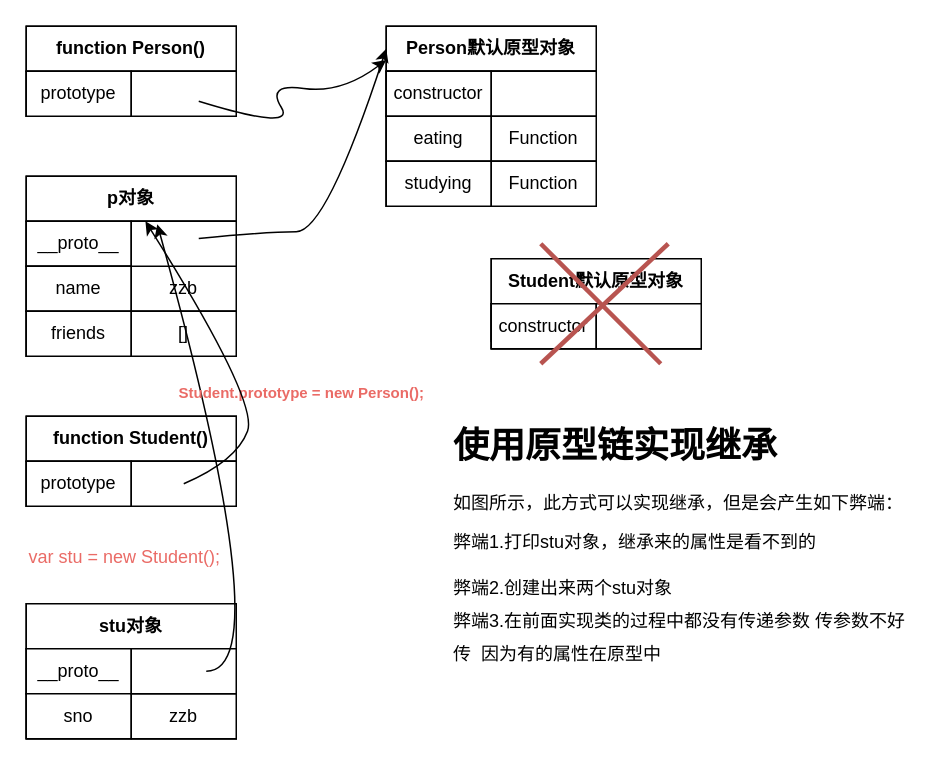
Before: 13_JS原型链和继承/07_继承-原型链的继承方案.drawio in zhangzhibang0309/JavaScriptDeep, a draw.io diagram. Source tidied: cells renumbered, new cells numbered last; positions are measured from the earlier drawing's top-left corner, leaving out a move shared by most shapes. Both pictures are drawn from the tidied source at 150%, with x=0, y=0 at pixel (26, 26).
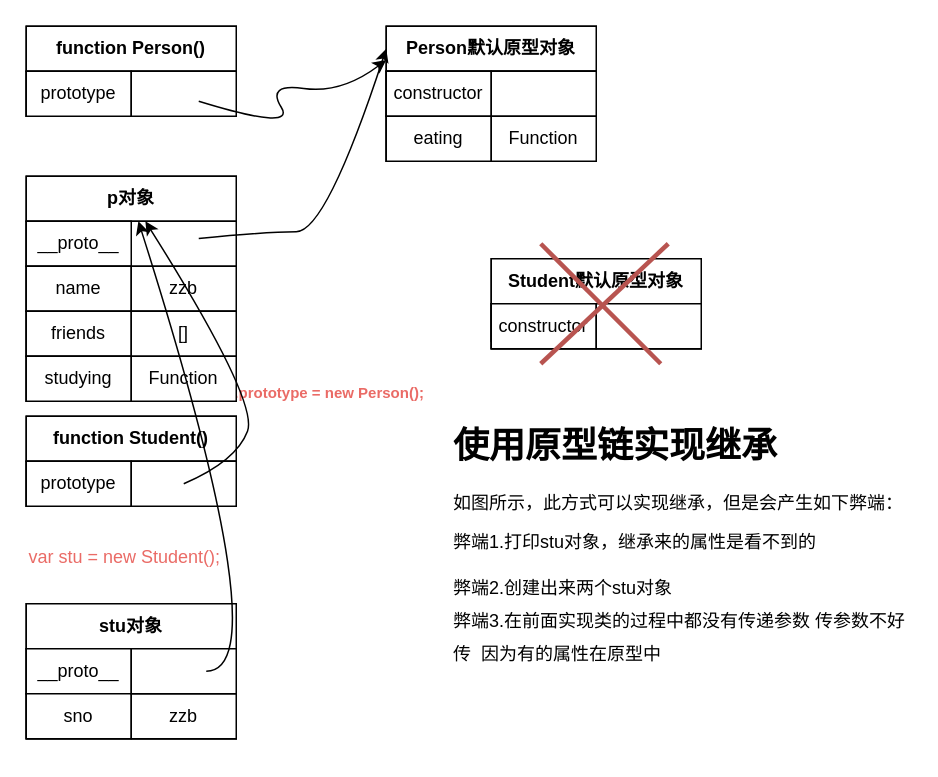
The same diagram, later.

Unchanged cells that the change refers to:
```xml
<mxCell id="8" value="&lt;b&gt;p对象&lt;/b&gt;" style="rounded=0;whiteSpace=wrap;html=1;align=center;" parent="1" vertex="1">
  <mxGeometry y="100" width="140" height="30" as="geometry" />
</mxCell>
```

Diff of the diagram source:
```diff
@@
     <mxCell id="9" style="rounded=0;whiteSpace=wrap;html=1;align=center;" parent="1" vertex="1">
-      <mxGeometry y="130" width="140" height="90" as="geometry" />
+      <mxGeometry y="130" width="140" height="120" as="geometry" />
     </mxCell>
@@
-    <mxCell id="16" value="[]" style="rounded=0;whiteSpace=wrap;html=1;" parent="1" vertex="1">
-      <mxGeometry x="70" y="190" width="70" height="30" as="geometry" />
-    </mxCell>
-    <mxCell id="17" style="rounded=0;whiteSpace=wrap;html=1;" parent="1" vertex="1">
-      <mxGeometry x="70" y="130" width="70" height="30" as="geometry" />
-    </mxCell>
@@
     <mxCell id="34" style="rounded=0;whiteSpace=wrap;html=1;align=center;" parent="1" vertex="1">
-      <mxGeometry x="240" y="30" width="140" height="90" as="geometry" />
+      <mxGeometry x="240" y="30" width="140" height="60" as="geometry" />
     </mxCell>
@@
-    <mxCell id="49" style="curved=1;endArrow=classic;html=1;entryX=0.624;entryY=1.067;entryDx=0;entryDy=0;entryPerimeter=0;" parent="1" edge="1" target="8">
-      <mxGeometry relative="1" as="geometry">
-        <mxPoint x="120" y="430" as="sourcePoint" />
-        <Array as="points">
-          <mxPoint x="170" y="430" />
-        </Array>
-      </mxGeometry>
-    </mxCell>
@@
-    <mxCell id="51" style="rounded=0;whiteSpace=wrap;html=1;align=center;" parent="1" vertex="1">
-      <mxGeometry x="240" y="90" width="140" height="30" as="geometry" />
-    </mxCell>
-    <mxCell id="52" style="curved=1;endArrow=classic;html=1;" parent="1" edge="1" target="8">
-      <mxGeometry relative="1" as="geometry">
-        <mxPoint x="105" y="305" as="sourcePoint" />
-        <Array as="points">
-          <mxPoint x="140" y="290" />
-          <mxPoint x="155" y="250" />
-        </Array>
-      </mxGeometry>
-    </mxCell>
-    <mxCell id="53" value="studying" style="rounded=0;whiteSpace=wrap;html=1;" parent="1" vertex="1">
-      <mxGeometry x="240" y="90" width="70" height="30" as="geometry" />
-    </mxCell>
-    <mxCell id="54" value="Function" style="rounded=0;whiteSpace=wrap;html=1;" parent="1" vertex="1">
-      <mxGeometry x="310" y="90" width="70" height="30" as="geometry" />
-    </mxCell>
@@
+    <mxCell id="59" style="rounded=0;whiteSpace=wrap;html=1;align=center;" parent="1" vertex="1">
+      <mxGeometry y="220" width="140" height="30" as="geometry" />
+    </mxCell>
+    <mxCell id="16" value="[]" style="rounded=0;whiteSpace=wrap;html=1;" parent="1" vertex="1">
+      <mxGeometry x="70" y="190" width="70" height="30" as="geometry" />
+    </mxCell>
+    <mxCell id="53" value="studying" style="rounded=0;whiteSpace=wrap;html=1;" parent="1" vertex="1">
+      <mxGeometry y="220" width="70" height="30" as="geometry" />
+    </mxCell>
+    <mxCell id="54" value="Function" style="rounded=0;whiteSpace=wrap;html=1;" parent="1" vertex="1">
+      <mxGeometry x="70" y="220" width="70" height="30" as="geometry" />
+    </mxCell>
+    <mxCell id="60" style="curved=1;endArrow=classic;html=1;" parent="1" edge="1" target="8">
+      <mxGeometry relative="1" as="geometry">
+        <mxPoint x="120" y="430" as="sourcePoint" />
+        <Array as="points">
+          <mxPoint x="170" y="430" />
+        </Array>
+      </mxGeometry>
+    </mxCell>
+    <mxCell id="61" style="curved=1;endArrow=classic;html=1;" parent="1" edge="1">
+      <mxGeometry relative="1" as="geometry">
+        <mxPoint x="105" y="305" as="sourcePoint" />
+        <mxPoint x="79.4" y="130" as="targetPoint" />
+        <Array as="points">
+          <mxPoint x="140" y="290" />
+          <mxPoint x="155" y="250" />
+        </Array>
+      </mxGeometry>
+    </mxCell>
```
